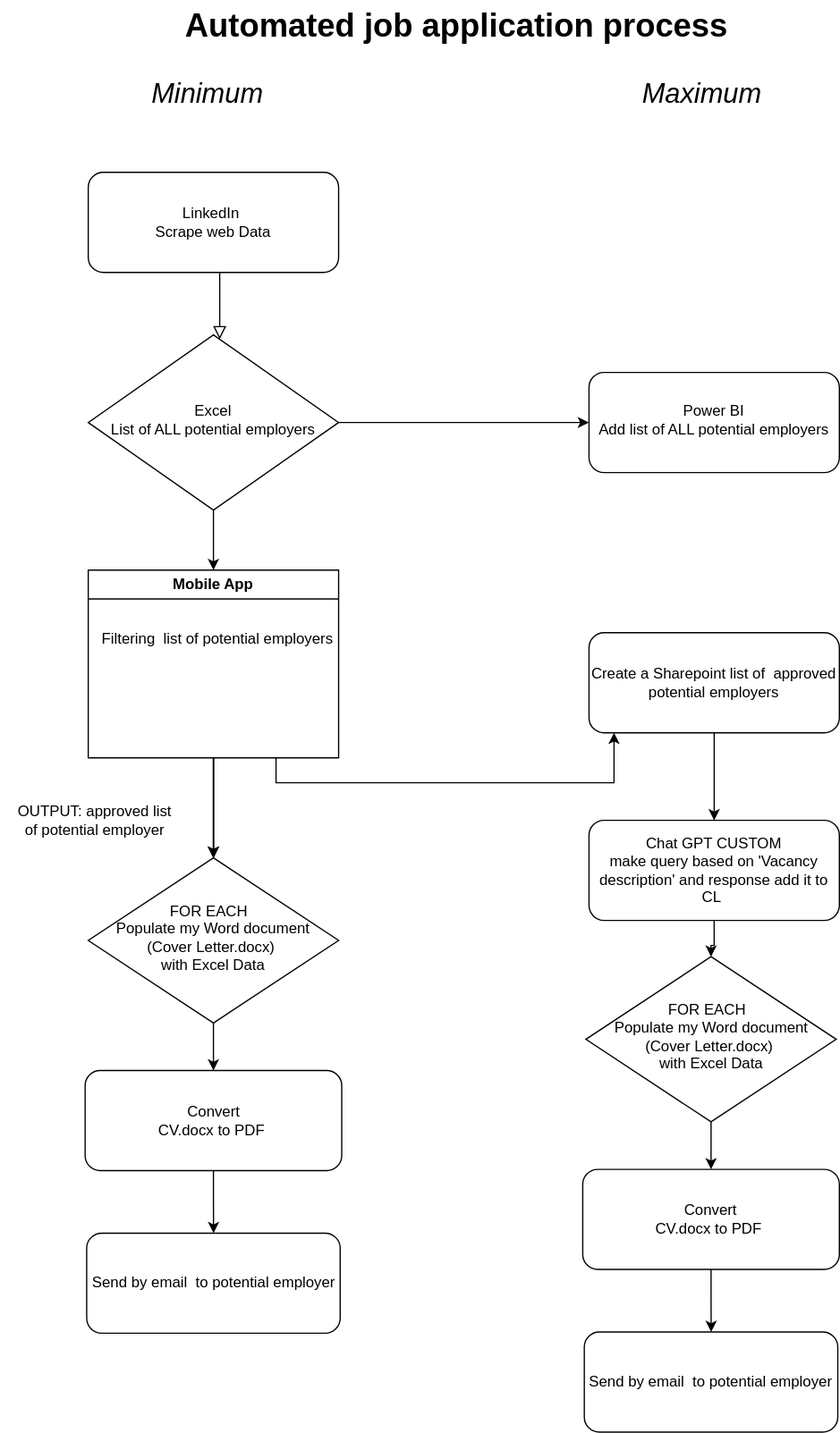
The draw.io diagram Automated job application process.drawio.svg in Rudakop/Smart-Job-Applying-, before a commit. Source tidied: cells renumbered, new cells last; positions are measured from the earlier drawing's top-left corner, leaving out a move shared by most shapes.
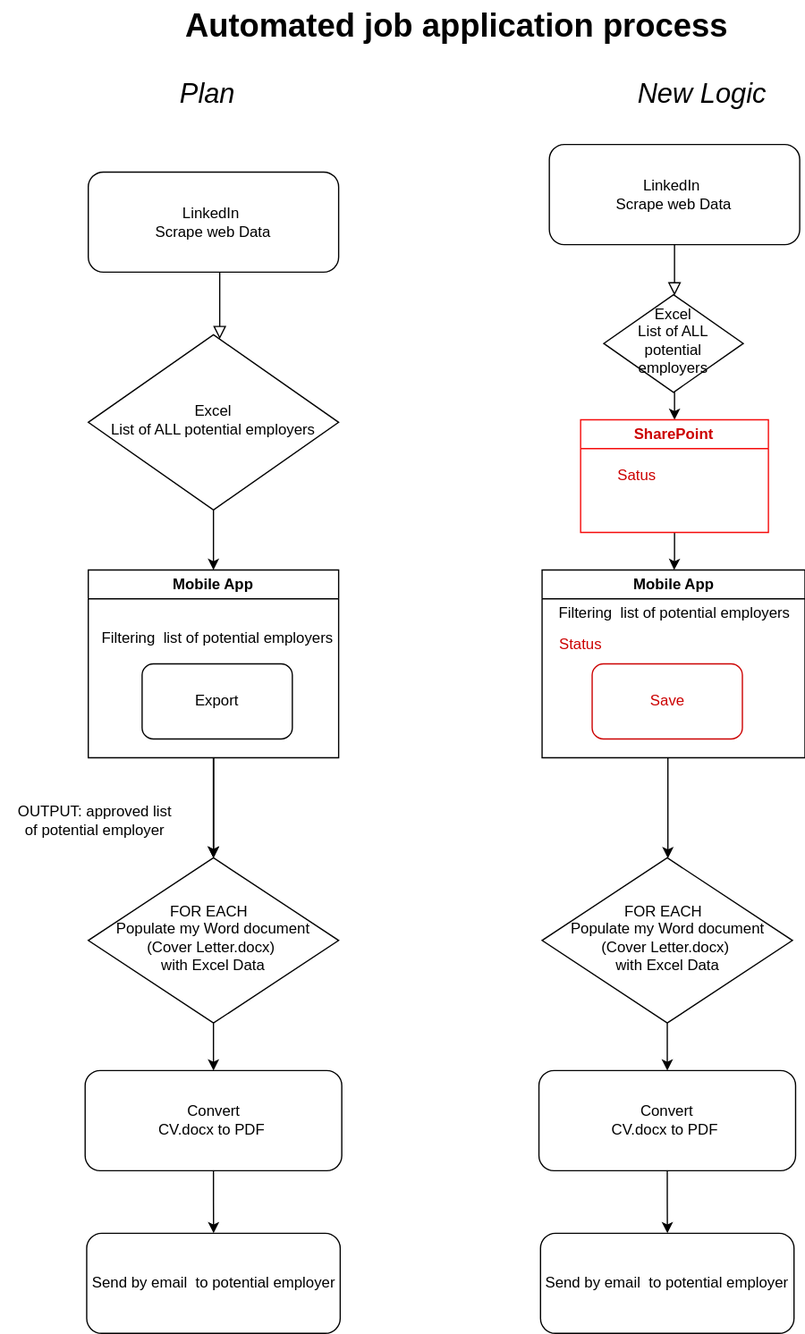
Later version of the same file.

What changed in the source:
```diff
@@ -18,9 +18,6 @@
         <mxPoint x="170" y="455" as="targetPoint" />
       </mxGeometry>
     </mxCell>
-    <mxCell id="5" style="edgeStyle=orthogonalEdgeStyle;rounded=0;jettySize=auto;html=1;" parent="1" edge="1" source="6" target="22">
-      <mxGeometry relative="1" as="geometry" />
-    </mxCell>
     <mxCell id="6" value="Excel&lt;br&gt;List of ALL potential employers" style="rhombus;whiteSpace=wrap;html=1;shadow=0;fontFamily=Helvetica;fontSize=12;align=center;strokeWidth=1;spacing=6;spacingTop=-4;" parent="1" vertex="1">
       <mxGeometry x="70" y="267" width="200" height="140" as="geometry" />
     </mxCell>
@@ -39,11 +36,11 @@
     <mxCell id="11" value="Send by email&amp;nbsp; to potential employer" style="rounded=1;whiteSpace=wrap;html=1;" parent="1" vertex="1">
       <mxGeometry x="68.8" y="985" width="202.5" height="80" as="geometry" />
     </mxCell>
-    <mxCell id="12" value="&lt;font size=&quot;1&quot; style=&quot;&quot;&gt;&lt;i style=&quot;font-size: 22px;&quot;&gt;Minimum&lt;/i&gt;&lt;/font&gt;" style="text;html=1;align=center;verticalAlign=middle;strokeColor=none;fillColor=none;" parent="1" vertex="1">
-      <mxGeometry x="110" y="55" width="110" height="40" as="geometry" />
+    <mxCell id="12" value="&lt;font size=&quot;1&quot; style=&quot;&quot;&gt;&lt;i style=&quot;font-size: 22px;&quot;&gt;Plan&lt;/i&gt;&lt;/font&gt;" style="text;html=1;align=center;verticalAlign=middle;strokeColor=none;fillColor=none;" parent="1" vertex="1">
+      <mxGeometry x="130" y="55" width="70" height="40" as="geometry" />
     </mxCell>
-    <mxCell id="13" value="&lt;font size=&quot;1&quot; style=&quot;&quot;&gt;&lt;i style=&quot;font-size: 22px;&quot;&gt;Maximum&lt;/i&gt;&lt;/font&gt;" style="text;html=1;align=center;verticalAlign=middle;strokeColor=none;fillColor=none;" parent="1" vertex="1">
-      <mxGeometry x="500" y="55" width="120" height="40" as="geometry" />
+    <mxCell id="13" value="&lt;font size=&quot;1&quot; style=&quot;&quot;&gt;&lt;i style=&quot;font-size: 22px;&quot;&gt;New Logic&lt;/i&gt;&lt;/font&gt;" style="text;html=1;align=center;verticalAlign=middle;strokeColor=none;fillColor=none;" parent="1" vertex="1">
+      <mxGeometry x="495" y="55" width="130" height="40" as="geometry" />
     </mxCell>
     <mxCell id="14" style="edgeStyle=orthogonalEdgeStyle;rounded=0;jettySize=auto;html=1;" parent="1" edge="1" source="18">
       <mxGeometry relative="1" as="geometry">
@@ -56,56 +53,88 @@
     <mxCell id="16" style="edgeStyle=orthogonalEdgeStyle;rounded=0;jettySize=auto;html=1;" parent="1" edge="1" source="18" target="8">
       <mxGeometry relative="1" as="geometry" />
     </mxCell>
-    <mxCell id="17" style="edgeStyle=orthogonalEdgeStyle;rounded=0;jettySize=auto;html=1;" parent="1" edge="1" target="24">
-      <mxGeometry relative="1" as="geometry">
-        <mxPoint x="220" y="605" as="sourcePoint" />
-        <Array as="points">
-          <mxPoint x="220" y="625" />
-          <mxPoint x="490" y="625" />
-        </Array>
-      </mxGeometry>
-    </mxCell>
     <mxCell id="18" value="Mobile App" style="swimlane;whiteSpace=wrap;html=1;" parent="1" vertex="1">
       <mxGeometry x="70" y="455" width="200" height="150" as="geometry" />
     </mxCell>
     <mxCell id="19" value="Filtering&amp;nbsp; list of potential employers" style="text;html=1;align=center;verticalAlign=middle;strokeColor=none;fillColor=none;" parent="18" vertex="1">
       <mxGeometry x="-2.5" y="40" width="210" height="30" as="geometry" />
     </mxCell>
+    <mxCell id="32" value="Export" style="rounded=1;whiteSpace=wrap;html=1;" parent="18" vertex="1">
+      <mxGeometry x="43" y="75" width="120" height="60" as="geometry" />
+    </mxCell>
     <mxCell id="20" value="OUTPUT: approved list &lt;br&gt;of potential employer" style="text;html=1;align=center;verticalAlign=middle;strokeColor=none;fillColor=none;" parent="1" vertex="1">
       <mxGeometry y="635" width="150" height="40" as="geometry" />
     </mxCell>
     <mxCell id="21" value="&lt;font style=&quot;font-size: 26px;&quot;&gt;&lt;b&gt;Automated job application process&lt;/b&gt;&lt;/font&gt;" style="text;html=1;align=center;verticalAlign=middle;strokeColor=none;fillColor=none;" parent="1" vertex="1">
       <mxGeometry x="134" width="460" height="40" as="geometry" />
     </mxCell>
-    <mxCell id="22" value="Power BI&lt;br&gt;Add list of ALL potential employers" style="rounded=1;whiteSpace=wrap;html=1;shadow=0;strokeWidth=1;spacing=6;spacingTop=-4;" parent="1" vertex="1">
-      <mxGeometry x="470" y="297" width="200" height="80" as="geometry" />
-    </mxCell>
-    <mxCell id="23" style="edgeStyle=orthogonalEdgeStyle;rounded=0;jettySize=auto;html=1;" parent="1" edge="1" source="24" target="31">
-      <mxGeometry relative="1" as="geometry" />
-    </mxCell>
-    <mxCell id="24" value="Create a Sharepoint list of&amp;nbsp; approved potential employers" style="rounded=1;whiteSpace=wrap;html=1;" parent="1" vertex="1">
-      <mxGeometry x="470" y="505" width="200" height="80" as="geometry" />
-    </mxCell>
+    <mxCell id="33" style="rounded=0;html=1;jettySize=auto;fontSize=11;endArrow=block;endFill=0;endSize=8;strokeWidth=1;shadow=0;labelBackgroundColor=none;edgeStyle=orthogonalEdgeStyle;" parent="1" edge="1" source="34" target="35">
+      <mxGeometry relative="1" as="geometry">
+        <Array as="points">
+          <mxPoint x="537.5" y="237" />
+          <mxPoint x="537.5" y="237" />
+        </Array>
+      </mxGeometry>
+    </mxCell>
+    <mxCell id="34" value="LinkedIn&amp;nbsp;&lt;br&gt;Scrape web Data" style="rounded=1;whiteSpace=wrap;html=1;fontSize=12;glass=0;strokeWidth=1;shadow=0;" parent="1" vertex="1">
+      <mxGeometry x="438.3" y="115" width="200" height="80" as="geometry" />
+    </mxCell>
+    <mxCell id="35" value="Excel&lt;br&gt;List of ALL potential employers" style="rhombus;whiteSpace=wrap;html=1;shadow=0;fontFamily=Helvetica;fontSize=12;align=center;strokeWidth=1;spacing=6;spacingTop=-4;" parent="1" vertex="1">
+      <mxGeometry x="481.8" y="235" width="111.4" height="78" as="geometry" />
+    </mxCell>
     <mxCell id="25" style="edgeStyle=orthogonalEdgeStyle;rounded=0;jettySize=auto;html=1;" parent="1" edge="1" source="26" target="28">
       <mxGeometry relative="1" as="geometry" />
     </mxCell>
     <mxCell id="26" value="FOR EACH&amp;nbsp;&amp;nbsp;&lt;br&gt;Populate my Word document (Cover Letter.docx)&amp;nbsp;&lt;br&gt;with Excel Data" style="rhombus;whiteSpace=wrap;html=1;shadow=0;fontFamily=Helvetica;fontSize=12;align=center;strokeWidth=1;spacing=6;spacingTop=-4;" parent="1" vertex="1">
-      <mxGeometry x="467.5" y="764" width="200" height="132" as="geometry" />
+      <mxGeometry x="432.5" y="685" width="200" height="132" as="geometry" />
     </mxCell>
     <mxCell id="27" style="edgeStyle=orthogonalEdgeStyle;rounded=0;jettySize=auto;html=1;" parent="1" edge="1" source="28" target="29">
       <mxGeometry relative="1" as="geometry" />
     </mxCell>
     <mxCell id="28" value="Convert &lt;br&gt;CV.docx to PDF&amp;nbsp;" style="rounded=1;whiteSpace=wrap;html=1;fontSize=12;glass=0;strokeWidth=1;shadow=0;" parent="1" vertex="1">
-      <mxGeometry x="465" y="934" width="205" height="80" as="geometry" />
+      <mxGeometry x="430" y="855" width="205" height="80" as="geometry" />
     </mxCell>
     <mxCell id="29" value="Send by email&amp;nbsp; to potential employer" style="rounded=1;whiteSpace=wrap;html=1;" parent="1" vertex="1">
-      <mxGeometry x="466.2" y="1064" width="202.5" height="80" as="geometry" />
+      <mxGeometry x="431.2" y="985" width="202.5" height="80" as="geometry" />
     </mxCell>
-    <mxCell id="30" style="edgeStyle=orthogonalEdgeStyle;rounded=0;jettySize=auto;html=1;" parent="1" edge="1" source="31" target="26">
-      <mxGeometry relative="1" as="geometry" />
-    </mxCell>
-    <mxCell id="31" value="Chat GPT CUSTOM&lt;br&gt;make query based on 'Vacancy description' and response add it to CL&amp;nbsp;" style="rounded=1;whiteSpace=wrap;html=1;" parent="1" vertex="1">
-      <mxGeometry x="470" y="655" width="200" height="80" as="geometry" />
-    </mxCell>
+    <mxCell id="36" style="edgeStyle=orthogonalEdgeStyle;rounded=0;jettySize=auto;html=1;" parent="1" edge="1" source="37" target="26">
+      <mxGeometry relative="1" as="geometry">
+        <Array as="points">
+          <mxPoint x="533" y="625" />
+          <mxPoint x="533" y="625" />
+        </Array>
+      </mxGeometry>
+    </mxCell>
+    <mxCell id="37" value="Mobile App" style="swimlane;whiteSpace=wrap;html=1;" parent="1" vertex="1">
+      <mxGeometry x="432.5" y="455" width="210" height="150" as="geometry" />
+    </mxCell>
+    <mxCell id="38" value="Filtering&amp;nbsp; list of potential employers" style="text;html=1;align=center;verticalAlign=middle;strokeColor=none;fillColor=none;" parent="37" vertex="1">
+      <mxGeometry y="20" width="210" height="30" as="geometry" />
+    </mxCell>
+    <mxCell id="39" value="Save" style="rounded=1;whiteSpace=wrap;html=1;fontColor=#CC0000;strokeColor=#CC0000;" parent="37" vertex="1">
+      <mxGeometry x="40" y="75" width="120" height="60" as="geometry" />
+    </mxCell>
+    <mxCell id="40" value="Status" style="text;html=1;align=center;verticalAlign=middle;strokeColor=none;fillColor=none;fontColor=#CC0000;" parent="37" vertex="1">
+      <mxGeometry y="45" width="60" height="30" as="geometry" />
+    </mxCell>
+    <mxCell id="41" style="edgeStyle=orthogonalEdgeStyle;rounded=0;jettySize=auto;html=1;" parent="1" edge="1" source="35">
+      <mxGeometry relative="1" as="geometry">
+        <mxPoint x="538.3" y="335" as="targetPoint" />
+        <Array as="points">
+          <mxPoint x="538" y="325" />
+        </Array>
+      </mxGeometry>
+    </mxCell>
+    <mxCell id="42" style="edgeStyle=orthogonalEdgeStyle;rounded=0;jettySize=auto;html=1;" parent="1" edge="1" source="43">
+      <mxGeometry relative="1" as="geometry">
+        <mxPoint x="538" y="455" as="targetPoint" />
+      </mxGeometry>
+    </mxCell>
+    <mxCell id="43" value="&lt;font color=&quot;#cc0000&quot;&gt;SharePoint&lt;/font&gt;" style="swimlane;whiteSpace=wrap;html=1;strokeColor=#f50a0a;" parent="1" vertex="1">
+      <mxGeometry x="463.3" y="335" width="150" height="90" as="geometry" />
+    </mxCell>
+    <mxCell id="44" value="Satus" style="text;html=1;align=center;verticalAlign=middle;strokeColor=none;fillColor=none;fontColor=#CC0000;" parent="43" vertex="1">
+      <mxGeometry x="19.3" y="30" width="50" height="30" as="geometry" />
+    </mxCell>
   </root>
 </mxGraphModel>
```
